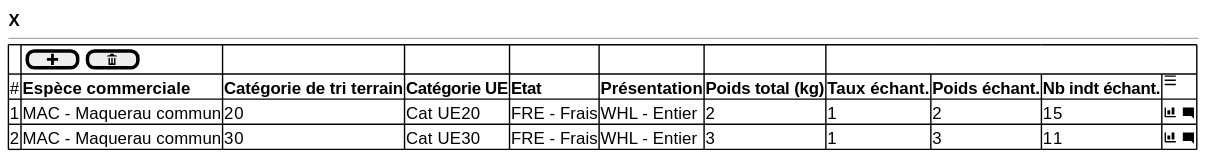
Before: projects/obsvente/spe/images/pv.svg, a diagram exported from PlantUML (sumaris-net/sumaris-doc). The source it was exported from:
```plantuml
@startsalt
{
  <b>X
  --
	{#
     . | {[ <&plus> ] | [ <&trash> ] }  | . | . | . | . | .
     # | <b>Espèce commerciale | <b>Catégorie de tri terrain | <b>Catégorie UE | <b>Etat | <b>Présentation | <b>Poids total (kg) | <b>Taux échant. | <b>Poids échant. | <b>Nb indt échant. | <&menu>
     1 | MAC - Maquerau commun | 20 | Cat UE20 | FRE - Frais | WHL - Entier | 2 | 1 | 2 | 15 | <&bar-chart> <&comment-square>
     2 | MAC - Maquerau commun | 30 | Cat UE30 | FRE - Frais | WHL - Entier | 3 | 1 | 3 | 11 | <&bar-chart> <&comment-square>
    }

}
@endsalt
```
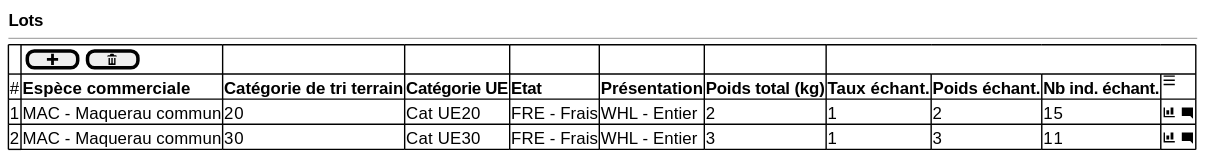
The same diagram one commit later.

Diff of the diagram source:
```diff
@@ -1,10 +1,10 @@
 @startsalt
 {
-  <b>X
+  <b>Lots
   --
 	{#
      . | {[ <&plus> ] | [ <&trash> ] }  | . | . | . | . | .
-     # | <b>Espèce commerciale | <b>Catégorie de tri terrain | <b>Catégorie UE | <b>Etat | <b>Présentation | <b>Poids total (kg) | <b>Taux échant. | <b>Poids échant. | <b>Nb indt échant. | <&menu>
+     # | <b>Espèce commerciale | <b>Catégorie de tri terrain | <b>Catégorie UE | <b>Etat | <b>Présentation | <b>Poids total (kg) | <b>Taux échant. | <b>Poids échant. | <b>Nb ind. échant. | <&menu>
      1 | MAC - Maquerau commun | 20 | Cat UE20 | FRE - Frais | WHL - Entier | 2 | 1 | 2 | 15 | <&bar-chart> <&comment-square>
      2 | MAC - Maquerau commun | 30 | Cat UE30 | FRE - Frais | WHL - Entier | 3 | 1 | 3 | 11 | <&bar-chart> <&comment-square>
     }
```
